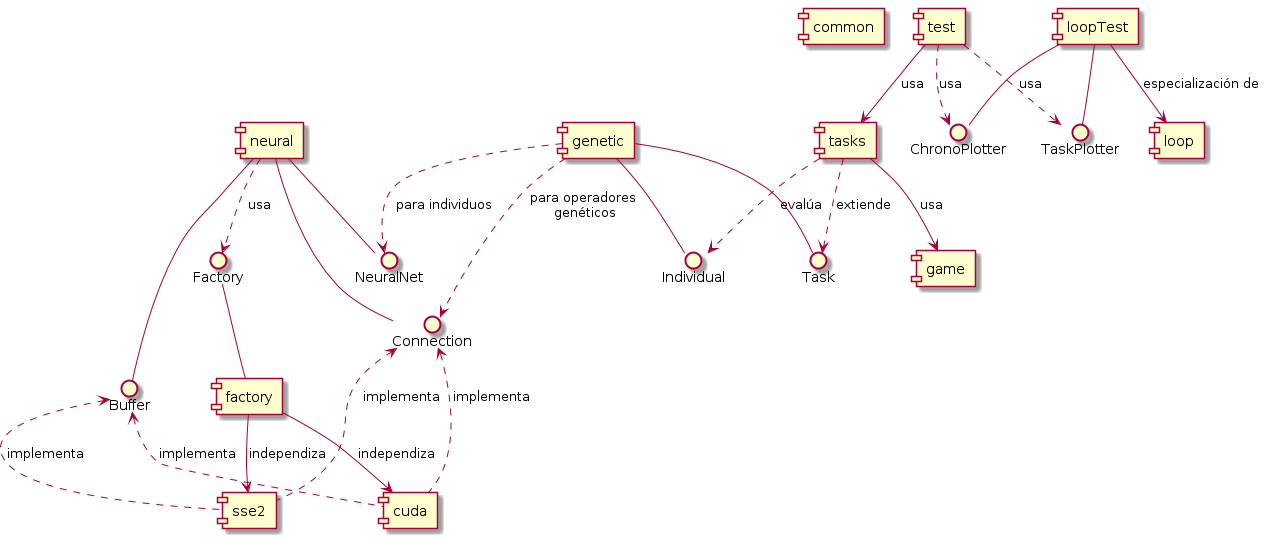
Earlier version of the PlantUML export preann/doc/img/uml/components.png (jtimon/preann).
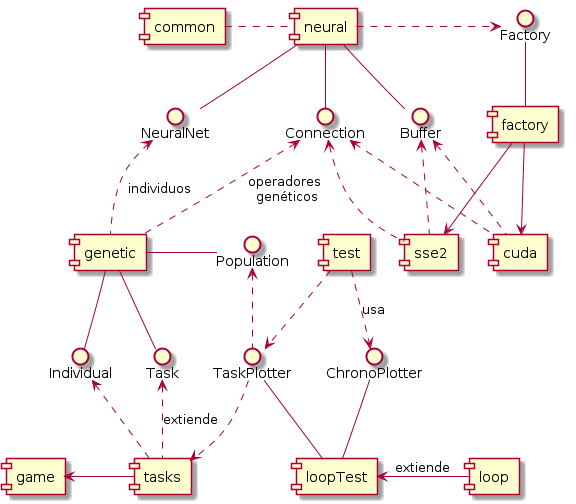
Above is the later version.

Diff of the diagram source:
```diff
@@ -1,39 +1,45 @@
 @startuml img/uml/components.png
 
-[common]
+[common] . [neural]
+
+[neural] -- NeuralNet
+[neural] -- Buffer
+[neural] -- Connection
+[neural] .> Factory
 
 Factory -- [factory]
 
-[factory] --> [sse2] : independiza
-[factory] --> [cuda] : independiza
+[factory] --> [sse2]
+[factory] --> [cuda]
 
-Buffer <.. [sse2] : implementa
-Connection <..[sse2] : implementa
-Buffer <.. [cuda] : implementa
-Connection <..[cuda] : implementa
+Buffer <.. [sse2]
+Buffer <.. [cuda]
+Connection <..[sse2]
+Connection <..[cuda]
 
-[neural] -- Buffer
-[neural] -- Connection
-[neural] -- NeuralNet
-[neural] ..> Factory : usa
 
 [genetic] -- Task
 [genetic] -- Individual
-[genetic] ..> Connection : para operadores\n genéticos
-[genetic] ..> NeuralNet : para individuos
+[genetic] - Population
+Connection <.. [genetic] : operadores\n genéticos
+NeuralNet <.. [genetic] : individuos
 
-[loopTest] --> [loop] : especialización de
+[loopTest] <- [loop] : extiende
 
-[loopTest] -- ChronoPlotter
-[loopTest] -- TaskPlotter
+[test] ..> ChronoPlotter : usa
+[test] ..> TaskPlotter
 
-[test] --> [tasks] : usa
-[test] ..> ChronoPlotter : usa
-[test] ..> TaskPlotter : usa
 
-[tasks] ..> Task : extiende
-[tasks] ..> Individual : evalúa
-[tasks] --> [game] : usa
+Population <.. TaskPlotter
+
+TaskPlotter --[loopTest]
+ChronoPlotter -- [loopTest]
+
+TaskPlotter ..> [tasks]
+
+Task <.. [tasks] : extiende
+Individual <.. [tasks]
+[game] <- [tasks]
 
 
 
```
